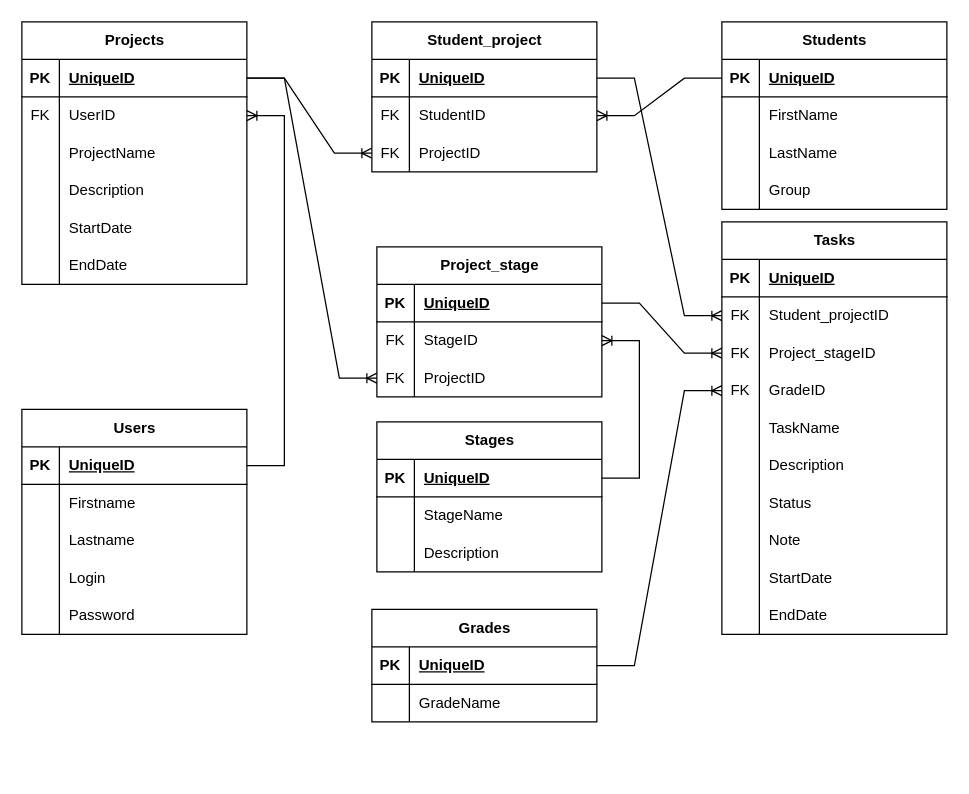
PaulMatthewss/Project_managemet_app keeps this draw.io diagram as DB_schema.drawio. Above is the earlier version. Source tidied: cells renumbered, new cells numbered last; positions are measured from the earlier drawing's top-left corner, leaving out a move shared by most shapes. Both pictures are drawn from the tidied source at 125%, with x=0, y=0 at pixel (21, 21).
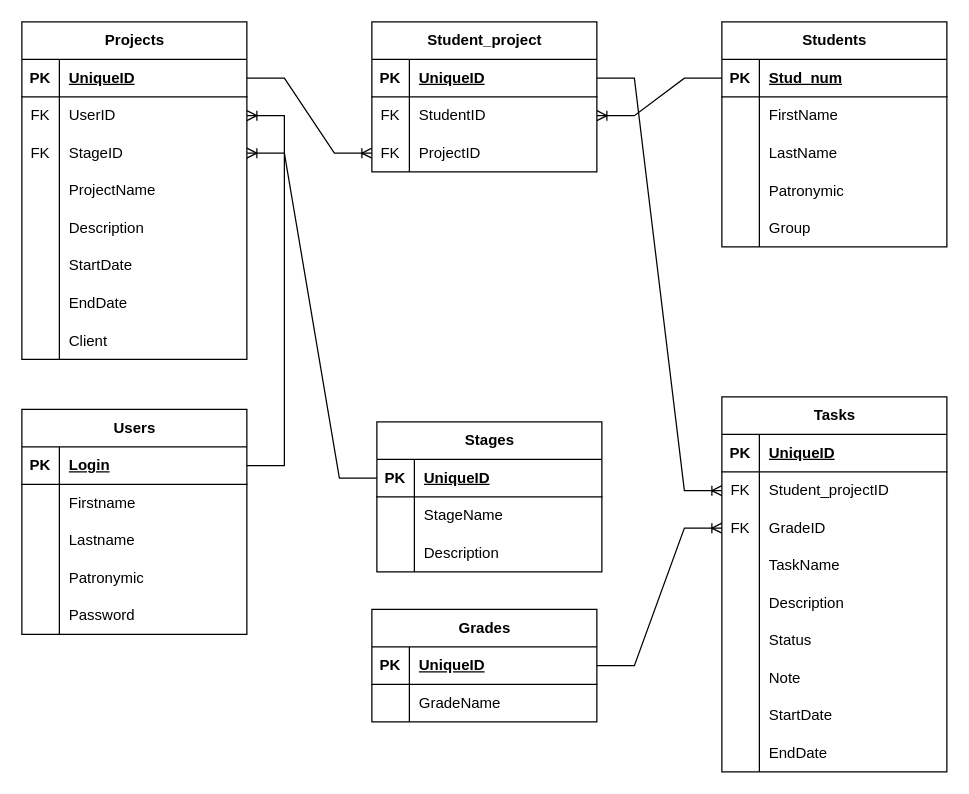
Above is the later version.

Unchanged cells that the change refers to:
```xml
<mxCell id="3" style="shape=tableRow;horizontal=0;startSize=0;swimlaneHead=0;swimlaneBody=0;fillColor=none;points=[[0,0.5],[1,0.5]];portConstraint=eastwest;top=0;left=0;right=0;bottom=1;" parent="2" vertex="1">
  <mxGeometry y="30" width="180" height="30" as="geometry" />
</mxCell>
<mxCell id="12" style="shape=tableRow;horizontal=0;startSize=0;swimlaneHead=0;swimlaneBody=0;fillColor=none;top=0;left=0;right=0;bottom=0;" parent="2" vertex="1">
  <mxGeometry y="120" width="180" height="30" as="geometry" />
</mxCell>
<mxCell id="19" style="shape=tableRow;horizontal=0;startSize=0;swimlaneHead=0;swimlaneBody=0;fillColor=none;points=[[0,0.5],[1,0.5]];portConstraint=eastwest;top=0;left=0;right=0;bottom=1;" parent="18" vertex="1">
  <mxGeometry y="30" width="180" height="30" as="geometry" />
</mxCell>
<mxCell id="38" style="shape=tableRow;horizontal=0;startSize=0;swimlaneHead=0;swimlaneBody=0;fillColor=none;points=[[0,0.5],[1,0.5]];portConstraint=eastwest;top=0;left=0;right=0;bottom=1;" parent="37" vertex="1">
  <mxGeometry y="30" width="180" height="30" as="geometry" />
</mxCell>
<mxCell id="51" style="shape=tableRow;horizontal=0;startSize=0;swimlaneHead=0;swimlaneBody=0;fillColor=none;points=[[0,0.5],[1,0.5]];portConstraint=eastwest;top=0;left=0;right=0;bottom=1;" parent="50" vertex="1">
  <mxGeometry y="30" width="180" height="30" as="geometry" />
</mxCell>
```

The edit, as a diff of the source:
```diff
@@
-    <mxCell id="5" value="UniqueID" style="shape=partialRectangle;fillColor=none;top=0;left=0;bottom=0;right=0;align=left;spacingLeft=6;fontStyle=5;overflow=hidden;whiteSpace=wrap;html=1;" parent="3" vertex="1">
+    <mxCell id="5" value="Login" style="shape=partialRectangle;fillColor=none;top=0;left=0;bottom=0;right=0;align=left;spacingLeft=6;fontStyle=5;overflow=hidden;whiteSpace=wrap;html=1;" parent="3" vertex="1">
       <mxGeometry x="30" width="150" height="30" as="geometry" />
     </mxCell>
@@
-    <mxCell id="14" value="Login" style="shape=partialRectangle;fillColor=none;top=0;left=0;bottom=0;right=0;align=left;spacingLeft=6;overflow=hidden;whiteSpace=wrap;html=1;" parent="12" vertex="1">
+    <mxCell id="14" value="&lt;span style=&quot;text-wrap: nowrap;&quot;&gt;Patronymic&lt;/span&gt;" style="shape=partialRectangle;fillColor=none;top=0;left=0;bottom=0;right=0;align=left;spacingLeft=6;overflow=hidden;whiteSpace=wrap;html=1;" parent="12" vertex="1">
       <mxGeometry x="30" width="150" height="30" as="geometry" />
     </mxCell>
@@
     <mxCell id="18" value="Projects" style="shape=table;startSize=30;childLayout=tableLayout;rowLines=0;fontStyle=1;align=center;html=1;" parent="1" vertex="1">
-      <mxGeometry width="180" height="210" as="geometry" />
+      <mxGeometry width="180" height="270" as="geometry" />
     </mxCell>
@@
+    <mxCell id="126" style="shape=tableRow;horizontal=0;startSize=0;swimlaneHead=0;swimlaneBody=0;fillColor=none;points=[[0,0.5],[1,0.5]];portConstraint=eastwest;top=0;left=0;right=0;bottom=0;" parent="18" vertex="1">
+      <mxGeometry y="90" width="180" height="30" as="geometry" />
+    </mxCell>
+    <mxCell id="68" value="FK" style="shape=partialRectangle;fillColor=none;top=0;left=0;bottom=0;right=0;fontStyle=0;overflow=hidden;whiteSpace=wrap;html=1;" parent="126" vertex="1">
+      <mxGeometry width="30" height="30" as="geometry" />
+    </mxCell>
+    <mxCell id="117" value="StageID" style="shape=partialRectangle;fillColor=none;top=0;left=0;bottom=0;right=0;align=left;spacingLeft=6;fontStyle=0;overflow=hidden;whiteSpace=wrap;html=1;" parent="126" vertex="1">
+      <mxGeometry x="30" width="150" height="30" as="geometry" />
+    </mxCell>
     <mxCell id="25" style="shape=tableRow;horizontal=0;startSize=0;swimlaneHead=0;swimlaneBody=0;fillColor=none;top=0;left=0;right=0;bottom=0;" parent="18" vertex="1">
-      <mxGeometry y="90" width="180" height="30" as="geometry" />
+      <mxGeometry y="120" width="180" height="30" as="geometry" />
     </mxCell>
@@
     <mxCell id="28" style="shape=tableRow;horizontal=0;startSize=0;swimlaneHead=0;swimlaneBody=0;fillColor=none;top=0;left=0;right=0;bottom=0;" parent="18" vertex="1">
-      <mxGeometry y="120" width="180" height="30" as="geometry" />
+      <mxGeometry y="150" width="180" height="30" as="geometry" />
     </mxCell>
@@
     <mxCell id="31" style="shape=tableRow;horizontal=0;startSize=0;swimlaneHead=0;swimlaneBody=0;fillColor=none;top=0;left=0;right=0;bottom=0;" parent="18" vertex="1">
-      <mxGeometry y="150" width="180" height="30" as="geometry" />
+      <mxGeometry y="180" width="180" height="30" as="geometry" />
     </mxCell>
@@
     <mxCell id="34" style="shape=tableRow;horizontal=0;startSize=0;swimlaneHead=0;swimlaneBody=0;fillColor=none;top=0;left=0;right=0;bottom=0;" parent="18" vertex="1">
-      <mxGeometry y="180" width="180" height="30" as="geometry" />
+      <mxGeometry y="210" width="180" height="30" as="geometry" />
     </mxCell>
@@
+    <mxCell id="127" style="shape=tableRow;horizontal=0;startSize=0;swimlaneHead=0;swimlaneBody=0;fillColor=none;top=0;left=0;right=0;bottom=0;" parent="18" vertex="1">
+      <mxGeometry y="240" width="180" height="30" as="geometry" />
+    </mxCell>
+    <mxCell id="128" style="shape=partialRectangle;fillColor=none;top=0;left=0;bottom=0;right=0;overflow=hidden;" parent="127" vertex="1">
+      <mxGeometry width="30" height="30" as="geometry" />
+    </mxCell>
+    <mxCell id="129" value="Client" style="shape=partialRectangle;fillColor=none;top=0;left=0;bottom=0;right=0;align=left;spacingLeft=6;overflow=hidden;" parent="127" vertex="1">
+      <mxGeometry x="30" width="150" height="30" as="geometry" />
+    </mxCell>
     <mxCell id="37" value="Students" style="shape=table;startSize=30;childLayout=tableLayout;rowLines=0;fontStyle=1;align=center;html=1;" parent="1" vertex="1">
-      <mxGeometry x="560" width="180" height="150" as="geometry" />
+      <mxGeometry x="560" width="180" height="180" as="geometry" />
     </mxCell>
@@
-    <mxCell id="40" value="UniqueID" style="shape=partialRectangle;fillColor=none;top=0;left=0;bottom=0;right=0;align=left;spacingLeft=6;fontStyle=5;overflow=hidden;whiteSpace=wrap;html=1;" parent="38" vertex="1">
+    <mxCell id="40" value="Stud_num" style="shape=partialRectangle;fillColor=none;top=0;left=0;bottom=0;right=0;align=left;spacingLeft=6;fontStyle=5;overflow=hidden;whiteSpace=wrap;html=1;" parent="38" vertex="1">
       <mxGeometry x="30" width="150" height="30" as="geometry" />
     </mxCell>
@@
+    <mxCell id="130" style="shape=tableRow;horizontal=0;startSize=0;swimlaneHead=0;swimlaneBody=0;fillColor=none;top=0;left=0;right=0;bottom=0;" parent="37" vertex="1">
+      <mxGeometry y="120" width="180" height="30" as="geometry" />
+    </mxCell>
+    <mxCell id="131" style="shape=partialRectangle;fillColor=none;top=0;left=0;bottom=0;right=0;overflow=hidden;" parent="130" vertex="1">
+      <mxGeometry width="30" height="30" as="geometry" />
+    </mxCell>
+    <mxCell id="132" value="Patronymic" style="shape=partialRectangle;fillColor=none;top=0;left=0;bottom=0;right=0;align=left;spacingLeft=6;overflow=hidden;" parent="130" vertex="1">
+      <mxGeometry x="30" width="150" height="30" as="geometry" />
+    </mxCell>
     <mxCell id="47" style="shape=tableRow;horizontal=0;startSize=0;swimlaneHead=0;swimlaneBody=0;fillColor=none;top=0;left=0;right=0;bottom=0;" parent="37" vertex="1">
-      <mxGeometry y="120" width="180" height="30" as="geometry" />
+      <mxGeometry y="150" width="180" height="30" as="geometry" />
     </mxCell>
@@
     <mxCell id="60" value="Tasks" style="shape=table;startSize=30;childLayout=tableLayout;rowLines=0;fontStyle=1;align=center;html=1;" parent="1" vertex="1">
-      <mxGeometry x="560" y="160" width="180" height="330" as="geometry" />
+      <mxGeometry x="560" y="300" width="180" height="300" as="geometry" />
     </mxCell>
@@
-    <mxCell id="67" style="shape=tableRow;horizontal=0;startSize=0;swimlaneHead=0;swimlaneBody=0;fillColor=none;points=[[0,0.5],[1,0.5]];portConstraint=eastwest;top=0;left=0;right=0;bottom=0;" parent="60" vertex="1">
-      <mxGeometry y="90" width="180" height="30" as="geometry" />
-    </mxCell>
-    <mxCell id="68" value="FK" style="shape=partialRectangle;fillColor=none;top=0;left=0;bottom=0;right=0;fontStyle=0;overflow=hidden;whiteSpace=wrap;html=1;" parent="67" vertex="1">
-      <mxGeometry width="30" height="30" as="geometry" />
-    </mxCell>
-    <mxCell id="69" value="Project_stageID" style="shape=partialRectangle;fillColor=none;top=0;left=0;bottom=0;right=0;align=left;spacingLeft=6;fontStyle=0;overflow=hidden;whiteSpace=wrap;html=1;" parent="67" vertex="1">
-      <mxGeometry x="30" width="150" height="30" as="geometry" />
-    </mxCell>
     <mxCell id="70" style="shape=tableRow;horizontal=0;startSize=0;swimlaneHead=0;swimlaneBody=0;fillColor=none;points=[[0,0.5],[1,0.5]];portConstraint=eastwest;top=0;left=0;right=0;bottom=0;" parent="60" vertex="1">
-      <mxGeometry y="120" width="180" height="30" as="geometry" />
+      <mxGeometry y="90" width="180" height="30" as="geometry" />
     </mxCell>
@@
     <mxCell id="73" style="shape=tableRow;horizontal=0;startSize=0;swimlaneHead=0;swimlaneBody=0;fillColor=none;top=0;left=0;right=0;bottom=0;" parent="60" vertex="1">
-      <mxGeometry y="150" width="180" height="30" as="geometry" />
+      <mxGeometry y="120" width="180" height="30" as="geometry" />
     </mxCell>
@@
     <mxCell id="76" style="shape=tableRow;horizontal=0;startSize=0;swimlaneHead=0;swimlaneBody=0;fillColor=none;top=0;left=0;right=0;bottom=0;" parent="60" vertex="1">
-      <mxGeometry y="180" width="180" height="30" as="geometry" />
+      <mxGeometry y="150" width="180" height="30" as="geometry" />
     </mxCell>
@@
     <mxCell id="79" style="shape=tableRow;horizontal=0;startSize=0;swimlaneHead=0;swimlaneBody=0;fillColor=none;top=0;left=0;right=0;bottom=0;" parent="60" vertex="1">
-      <mxGeometry y="210" width="180" height="30" as="geometry" />
+      <mxGeometry y="180" width="180" height="30" as="geometry" />
     </mxCell>
@@
     <mxCell id="82" style="shape=tableRow;horizontal=0;startSize=0;swimlaneHead=0;swimlaneBody=0;fillColor=none;top=0;left=0;right=0;bottom=0;" parent="60" vertex="1">
-      <mxGeometry y="240" width="180" height="30" as="geometry" />
+      <mxGeometry y="210" width="180" height="30" as="geometry" />
     </mxCell>
@@
     <mxCell id="85" style="shape=tableRow;horizontal=0;startSize=0;swimlaneHead=0;swimlaneBody=0;fillColor=none;top=0;left=0;right=0;bottom=0;" parent="60" vertex="1">
-      <mxGeometry y="270" width="180" height="30" as="geometry" />
+      <mxGeometry y="240" width="180" height="30" as="geometry" />
     </mxCell>
@@
     <mxCell id="88" style="shape=tableRow;horizontal=0;startSize=0;swimlaneHead=0;swimlaneBody=0;fillColor=none;top=0;left=0;right=0;bottom=0;" parent="60" vertex="1">
-      <mxGeometry y="300" width="180" height="30" as="geometry" />
+      <mxGeometry y="270" width="180" height="30" as="geometry" />
     </mxCell>
@@
-    <mxCell id="111" value="&lt;b&gt;Project_stage&lt;/b&gt;" style="shape=table;startSize=30;childLayout=tableLayout;rowLines=0;fontStyle=0;align=center;html=1;" parent="1" vertex="1">
-      <mxGeometry x="284" y="180" width="180" height="120" as="geometry" />
-    </mxCell>
-    <mxCell id="112" style="shape=tableRow;horizontal=0;startSize=0;swimlaneHead=0;swimlaneBody=0;fillColor=none;points=[[0,0.5],[1,0.5]];portConstraint=eastwest;top=0;left=0;right=0;bottom=1;" parent="111" vertex="1">
-      <mxGeometry y="30" width="180" height="30" as="geometry" />
-    </mxCell>
-    <mxCell id="113" value="PK" style="shape=partialRectangle;fillColor=none;top=0;left=0;bottom=0;right=0;fontStyle=1;overflow=hidden;whiteSpace=wrap;html=1;" parent="112" vertex="1">
-      <mxGeometry width="30" height="30" as="geometry" />
-    </mxCell>
-    <mxCell id="114" value="UniqueID" style="shape=partialRectangle;fillColor=none;top=0;left=0;bottom=0;right=0;align=left;spacingLeft=6;fontStyle=5;overflow=hidden;whiteSpace=wrap;html=1;" parent="112" vertex="1">
-      <mxGeometry x="30" width="150" height="30" as="geometry" />
-    </mxCell>
-    <mxCell id="115" style="shape=tableRow;horizontal=0;startSize=0;swimlaneHead=0;swimlaneBody=0;fillColor=none;points=[[0,0.5],[1,0.5]];portConstraint=eastwest;top=0;left=0;right=0;bottom=0;" parent="111" vertex="1">
-      <mxGeometry y="60" width="180" height="30" as="geometry" />
-    </mxCell>
-    <mxCell id="116" value="FK" style="shape=partialRectangle;fillColor=none;top=0;left=0;bottom=0;right=0;overflow=hidden;whiteSpace=wrap;html=1;" parent="115" vertex="1">
-      <mxGeometry width="30" height="30" as="geometry" />
-    </mxCell>
-    <mxCell id="117" value="StageID" style="shape=partialRectangle;fillColor=none;top=0;left=0;bottom=0;right=0;align=left;spacingLeft=6;overflow=hidden;whiteSpace=wrap;html=1;" parent="115" vertex="1">
-      <mxGeometry x="30" width="150" height="30" as="geometry" />
-    </mxCell>
-    <mxCell id="118" style="shape=tableRow;horizontal=0;startSize=0;swimlaneHead=0;swimlaneBody=0;fillColor=none;points=[[0,0.5],[1,0.5]];portConstraint=eastwest;top=0;left=0;right=0;bottom=0;" parent="111" vertex="1">
-      <mxGeometry y="90" width="180" height="30" as="geometry" />
-    </mxCell>
-    <mxCell id="119" value="FK" style="shape=partialRectangle;fillColor=none;top=0;left=0;bottom=0;right=0;overflow=hidden;whiteSpace=wrap;html=1;" parent="118" vertex="1">
-      <mxGeometry width="30" height="30" as="geometry" />
-    </mxCell>
-    <mxCell id="120" value="ProjectID" style="shape=partialRectangle;fillColor=none;top=0;left=0;bottom=0;right=0;align=left;spacingLeft=6;overflow=hidden;whiteSpace=wrap;html=1;" parent="118" vertex="1">
-      <mxGeometry x="30" width="150" height="30" as="geometry" />
-    </mxCell>
-    <mxCell id="121" style="edgeStyle=entityRelationEdgeStyle;fontSize=12;html=1;endArrow=ERoneToMany;rounded=0;" parent="1" edge="1" source="19" target="118">
-      <mxGeometry relative="1" as="geometry">
-        <Array as="points">
-          <mxPoint x="250" y="200" />
-          <mxPoint x="250" y="210" />
-        </Array>
-      </mxGeometry>
-    </mxCell>
-    <mxCell id="122" style="edgeStyle=entityRelationEdgeStyle;fontSize=12;html=1;endArrow=ERoneToMany;rounded=0;" parent="1" edge="1" source="51" target="115">
-      <mxGeometry relative="1" as="geometry">
-        <Array as="points">
-          <mxPoint x="260" y="210" />
-          <mxPoint x="260" y="220" />
-        </Array>
-      </mxGeometry>
-    </mxCell>
@@
-    <mxCell id="124" style="edgeStyle=entityRelationEdgeStyle;fontSize=12;html=1;endArrow=ERoneToMany;rounded=0;" parent="1" edge="1" source="112" target="67">
-      <mxGeometry relative="1" as="geometry">
-        <Array as="points">
-          <mxPoint x="260" y="210" />
-          <mxPoint x="260" y="220" />
-        </Array>
-      </mxGeometry>
-    </mxCell>
@@
+    <mxCell id="133" style="edgeStyle=entityRelationEdgeStyle;fontSize=12;html=1;endArrow=ERoneToMany;rounded=0;" parent="1" edge="1" source="51" target="126">
+      <mxGeometry relative="1" as="geometry" />
+    </mxCell>
```
